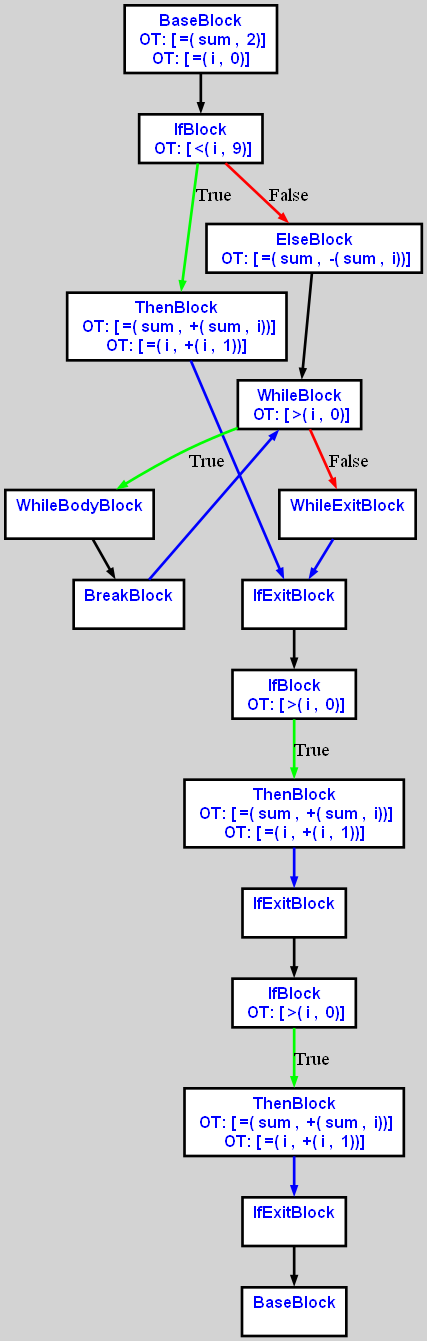
Above: cpoCompilerWin/cfgi0.dot.png in aveen007/CountingMonkeys (Graphviz), before the change. Its source is kept beside it as cpoCompilerWin/cfgi0.dot.
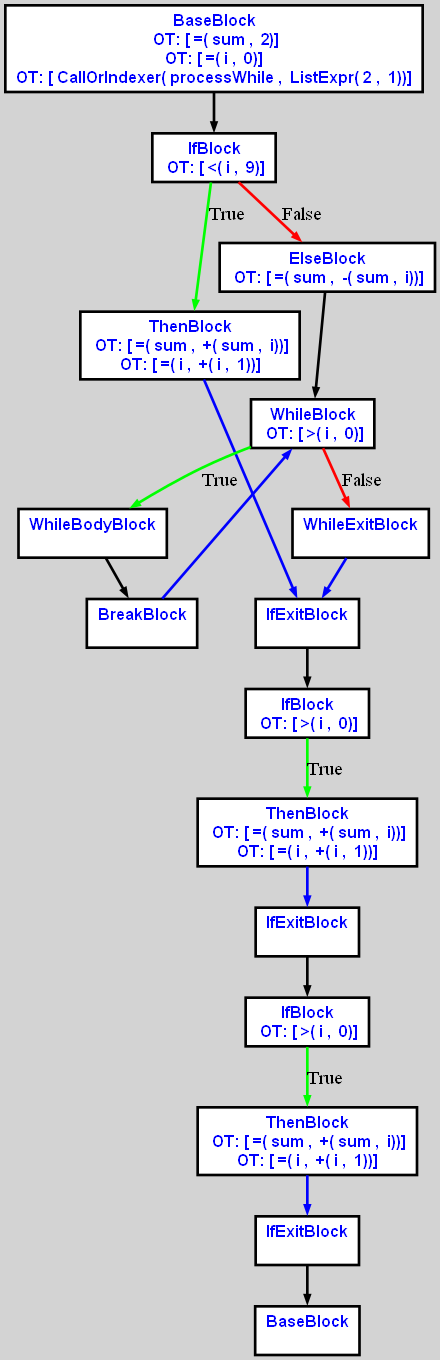
After the commit.

The edit, as a diff of the source:
```diff
@@ -4,50 +4,51 @@
 bgcolor="lightgrey";  node [shape=box, fixedsize=false, fontsize=12, fontname="Helvetica-bold", fontcolor="blue"
 width=.25, height=.25, color="black", fillcolor="white", style="filled, solid, bold"];
 
-edge [arrowsize=.5, color="black", style="bold"]    n000011984D7A3090 [label="BaseBlock\n OT: [ =( sum ,  2)]
+edge [arrowsize=.5, color="black", style="bold"]    n000012B83FEA34D0 [label="BaseBlock\n OT: [ =( sum ,  2)]
 OT: [ =( i ,  0)]
+OT: [ CallOrIndexer( processWhile ,  ListExpr( 2 ,  1))]
 "]
-    n000011984D7A3150 [label="IfBlock\n OT: [ <( i ,  9)]
+    n000012B83FEA35D0 [label="IfBlock\n OT: [ <( i ,  9)]
 "]
-    n000011984D7A3090 -> n000011984D7A3150
-    n000011984D7A3150 -> n000011984D7A3190 [label="True" color="green"]
-    n000011984D7A3190 [label="ThenBlock\n OT: [ =( sum ,  +( sum ,  i))]
+    n000012B83FEA34D0 -> n000012B83FEA35D0
+    n000012B83FEA35D0 -> n000012B83FEA3610 [label="True" color="green"]
+    n000012B83FEA3610 [label="ThenBlock\n OT: [ =( sum ,  +( sum ,  i))]
 OT: [ =( i ,  +( i ,  1))]
 "]
-    n000011984D7A3150 -> n000011984D7A31D0 [label="False" color="red"]
-    n000011984D7A31D0 [label="ElseBlock\n OT: [ =( sum ,  -( sum ,  i))]
+    n000012B83FEA35D0 -> n000012B83FEA3650 [label="False" color="red"]
+    n000012B83FEA3650 [label="ElseBlock\n OT: [ =( sum ,  -( sum ,  i))]
 "]
-    n000011984D7A3210 [label="WhileBlock\n OT: [ >( i ,  0)]
+    n000012B83FEA3690 [label="WhileBlock\n OT: [ >( i ,  0)]
 "]
-    n000011984D7A31D0 -> n000011984D7A3210
-	   n000011984D7A3210 -> n000011984D7A3250 [ label = "True" color="green"]
-    n000011984D7A3250 [label="WhileBodyBlock\n "]
-    n000011984D7A3290 [label="BreakBlock\n "]
-    n000011984D7A3250 -> n000011984D7A3290
-    n000011984D7A3290 -> n000011984D7A3210 [ color="blue"]
-	   n000011984D7A3210 -> n000011984D7A33D0 [ label = "False" color="red"]
-    n000011984D7A33D0 [label="WhileExitBlock\n "]
-    n000011984D7A33D0 -> n000011984D7A3410 [color="blue"]
-    n000011984D7A3190 -> n000011984D7A3410 [ color="blue"]
-    n000011984D7A3410 [label="IfExitBlock\n "]
-    n000011984D7A3450 [label="IfBlock\n OT: [ >( i ,  0)]
+    n000012B83FEA3650 -> n000012B83FEA3690
+	   n000012B83FEA3690 -> n000012B83FEA36D0 [ label = "True" color="green"]
+    n000012B83FEA36D0 [label="WhileBodyBlock\n "]
+    n000012B83FEA3710 [label="BreakBlock\n "]
+    n000012B83FEA36D0 -> n000012B83FEA3710
+    n000012B83FEA3710 -> n000012B83FEA3690 [ color="blue"]
+	   n000012B83FEA3690 -> n000012B83FEA3850 [ label = "False" color="red"]
+    n000012B83FEA3850 [label="WhileExitBlock\n "]
+    n000012B83FEA3850 -> n000012B83FEA3890 [color="blue"]
+    n000012B83FEA3610 -> n000012B83FEA3890 [ color="blue"]
+    n000012B83FEA3890 [label="IfExitBlock\n "]
+    n000012B83FEA38D0 [label="IfBlock\n OT: [ >( i ,  0)]
 "]
-    n000011984D7A3410 -> n000011984D7A3450
-    n000011984D7A3450 -> n000011984D7A3490 [label="True" color="green"]
-    n000011984D7A3490 [label="ThenBlock\n OT: [ =( sum ,  +( sum ,  i))]
+    n000012B83FEA3890 -> n000012B83FEA38D0
+    n000012B83FEA38D0 -> n000012B83FEA3910 [label="True" color="green"]
+    n000012B83FEA3910 [label="ThenBlock\n OT: [ =( sum ,  +( sum ,  i))]
 OT: [ =( i ,  +( i ,  1))]
 "]
-    n000011984D7A3490 -> n000011984D7A34D0 [ color="blue"]
-    n000011984D7A34D0 [label="IfExitBlock\n "]
-    n000011984D7A3510 [label="IfBlock\n OT: [ >( i ,  0)]
+    n000012B83FEA3910 -> n000012B83FEA3950 [ color="blue"]
+    n000012B83FEA3950 [label="IfExitBlock\n "]
+    n000012B83FEA3990 [label="IfBlock\n OT: [ >( i ,  0)]
 "]
-    n000011984D7A34D0 -> n000011984D7A3510
-    n000011984D7A3510 -> n000011984D7A3550 [label="True" color="green"]
-    n000011984D7A3550 [label="ThenBlock\n OT: [ =( sum ,  +( sum ,  i))]
+    n000012B83FEA3950 -> n000012B83FEA3990
+    n000012B83FEA3990 -> n000012B83FEA39D0 [label="True" color="green"]
+    n000012B83FEA39D0 [label="ThenBlock\n OT: [ =( sum ,  +( sum ,  i))]
 OT: [ =( i ,  +( i ,  1))]
 "]
-    n000011984D7A3550 -> n000011984D7A3590 [ color="blue"]
-    n000011984D7A3590 [label="IfExitBlock\n "]
-    n000011984D7A35D0 [label="BaseBlock\n "]
-    n000011984D7A3590 -> n000011984D7A35D0
+    n000012B83FEA39D0 -> n000012B83FEA3A10 [ color="blue"]
+    n000012B83FEA3A10 [label="IfExitBlock\n "]
+    n000012B83FEA3A50 [label="BaseBlock\n "]
+    n000012B83FEA3A10 -> n000012B83FEA3A50
 }
```
